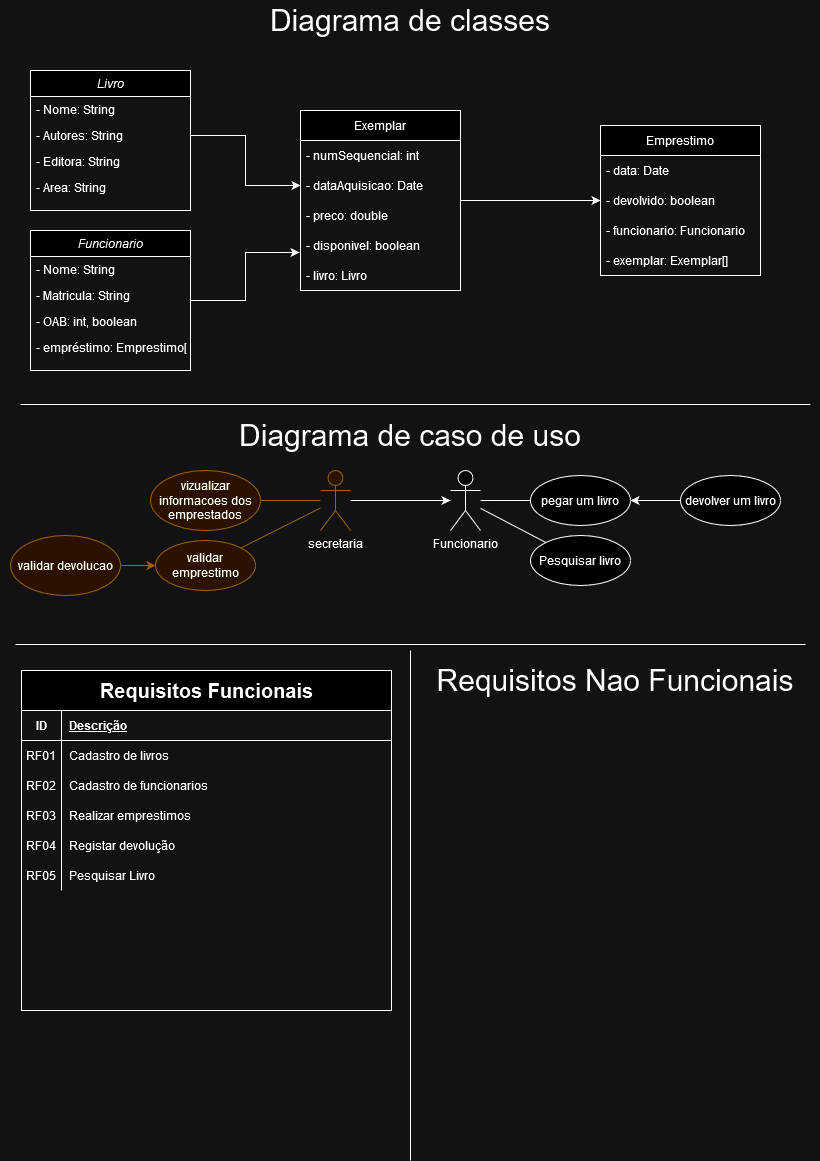
Before: ExercicioDeFixacao.drawio.png, a diagram exported from draw.io (Andra-sun/modelagem). Source tidied: cells renumbered, new cells last; positions are measured from the earlier drawing's top-left corner, leaving out a move shared by most shapes.
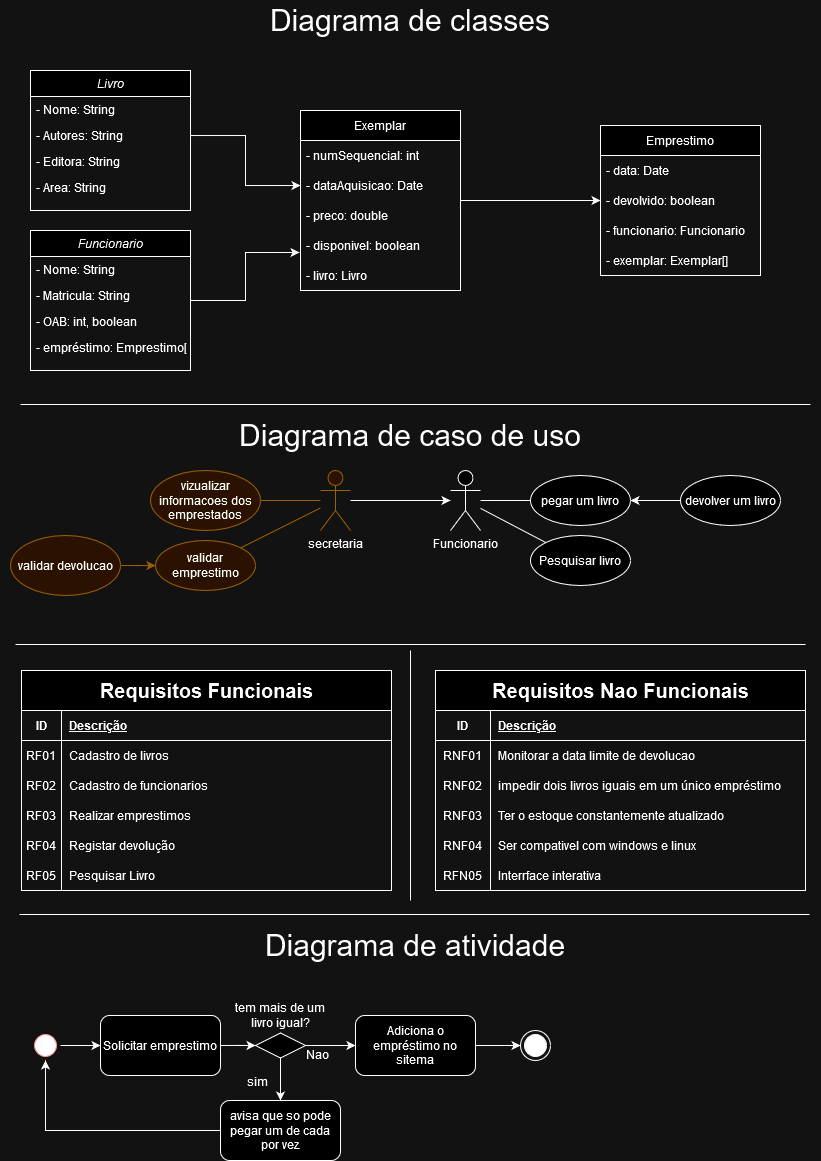
The same diagram one commit later.

Diff of the diagram source:
```diff
@@ -131,14 +131,11 @@
     <mxCell id="44" style="line;strokeWidth=1;fillColor=none;align=left;verticalAlign=middle;spacingTop=-1;spacingLeft=3;spacingRight=3;labelPosition=right;strokeColor=inherit;" parent="1" vertex="1">
       <mxGeometry x="15" y="640" width="790" height="8" as="geometry" />
     </mxCell>
-    <mxCell id="45" value="Requisitos Nao Funcionais" style="text;strokeColor=none;align=center;fillColor=none;html=1;verticalAlign=middle;whiteSpace=wrap;rounded=0;fontSize=30;strokeWidth=20;" parent="1" vertex="1">
-      <mxGeometry x="410" y="665" width="410" height="30" as="geometry" />
-    </mxCell>
     <mxCell id="46" style="line;strokeWidth=1;fillColor=none;align=left;verticalAlign=middle;spacingTop=-1;spacingLeft=3;spacingRight=3;labelPosition=right;strokeColor=inherit;direction=south;" parent="1" vertex="1">
-      <mxGeometry x="406" y="650" width="8" height="510" as="geometry" />
+      <mxGeometry x="406" y="650" width="8" height="250" as="geometry" />
     </mxCell>
     <mxCell id="47" value="&lt;font style=&quot;font-size: 20px;&quot;&gt;Requisitos Funcionais&lt;/font&gt;" style="shape=table;startSize=40;rowLines=0;fontStyle=1;align=center;html=1;" parent="1" vertex="1">
-      <mxGeometry x="21" y="670" width="370" height="340" as="geometry" />
+      <mxGeometry x="21" y="670" width="370" height="220" as="geometry" />
     </mxCell>
     <mxCell id="48" style="shape=tableRow;horizontal=0;startSize=0;swimlaneHead=0;swimlaneBody=0;fillColor=none;top=0;left=0;right=0;bottom=1;" parent="47" vertex="1">
       <mxGeometry y="40" width="370" height="30" as="geometry" />
@@ -194,5 +191,113 @@
     <mxCell id="65" value="Pesquisar Livro" style="shape=partialRectangle;fillColor=none;top=0;left=0;bottom=0;right=0;align=left;spacingLeft=6;overflow=hidden;whiteSpace=wrap;html=1;" parent="63" vertex="1">
       <mxGeometry x="40" width="330" height="30" as="geometry" />
     </mxCell>
+    <mxCell id="45" value="&lt;font style=&quot;font-size: 20px;&quot;&gt;Requisitos Nao Funcionais&lt;/font&gt;" style="shape=table;startSize=40;rowLines=0;fontStyle=1;align=center;html=1;" parent="1" vertex="1">
+      <mxGeometry x="435" y="670" width="370" height="220" as="geometry" />
+    </mxCell>
+    <mxCell id="66" style="shape=tableRow;horizontal=0;startSize=0;swimlaneHead=0;swimlaneBody=0;fillColor=none;top=0;left=0;right=0;bottom=1;" parent="45" vertex="1">
+      <mxGeometry y="40" width="370" height="30" as="geometry" />
+    </mxCell>
+    <mxCell id="67" value="ID" style="shape=partialRectangle;fillColor=none;top=0;left=0;bottom=0;right=0;fontStyle=1;overflow=hidden;whiteSpace=wrap;html=1;" parent="66" vertex="1">
+      <mxGeometry width="55" height="30" as="geometry" />
+    </mxCell>
+    <mxCell id="68" value="Descrição" style="shape=partialRectangle;fillColor=none;top=0;left=0;bottom=0;right=0;align=left;spacingLeft=6;fontStyle=5;overflow=hidden;whiteSpace=wrap;html=1;" parent="66" vertex="1">
+      <mxGeometry x="55" width="315" height="30" as="geometry" />
+    </mxCell>
+    <mxCell id="69" style="shape=tableRow;horizontal=0;startSize=0;swimlaneHead=0;swimlaneBody=0;fillColor=none;top=0;left=0;right=0;bottom=0;" parent="45" vertex="1">
+      <mxGeometry y="70" width="370" height="30" as="geometry" />
+    </mxCell>
+    <mxCell id="70" value="RNF01" style="shape=partialRectangle;fillColor=none;top=0;left=0;bottom=0;right=0;overflow=hidden;whiteSpace=wrap;html=1;" parent="69" vertex="1">
+      <mxGeometry width="55" height="30" as="geometry" />
+    </mxCell>
+    <mxCell id="71" value="Monitorar a data limite de devolucao" style="shape=partialRectangle;fillColor=none;top=0;left=0;bottom=0;right=0;align=left;spacingLeft=6;overflow=hidden;whiteSpace=wrap;html=1;" parent="69" vertex="1">
+      <mxGeometry x="55" width="315" height="30" as="geometry" />
+    </mxCell>
+    <mxCell id="72" style="shape=tableRow;horizontal=0;startSize=0;swimlaneHead=0;swimlaneBody=0;fillColor=none;top=0;left=0;right=0;bottom=0;" parent="45" vertex="1">
+      <mxGeometry y="100" width="370" height="30" as="geometry" />
+    </mxCell>
+    <mxCell id="73" value="RNF02" style="shape=partialRectangle;fillColor=none;top=0;left=0;bottom=0;right=0;overflow=hidden;whiteSpace=wrap;html=1;" parent="72" vertex="1">
+      <mxGeometry width="55" height="30" as="geometry" />
+    </mxCell>
+    <mxCell id="74" value="impedir dois livros iguais em um único empréstimo" style="shape=partialRectangle;fillColor=none;top=0;left=0;bottom=0;right=0;align=left;spacingLeft=6;overflow=hidden;whiteSpace=wrap;html=1;" parent="72" vertex="1">
+      <mxGeometry x="55" width="315" height="30" as="geometry" />
+    </mxCell>
+    <mxCell id="75" style="shape=tableRow;horizontal=0;startSize=0;swimlaneHead=0;swimlaneBody=0;fillColor=none;top=0;left=0;right=0;bottom=0;" parent="45" vertex="1">
+      <mxGeometry y="130" width="370" height="30" as="geometry" />
+    </mxCell>
+    <mxCell id="76" value="RNF03" style="shape=partialRectangle;fillColor=none;top=0;left=0;bottom=0;right=0;overflow=hidden;whiteSpace=wrap;html=1;" parent="75" vertex="1">
+      <mxGeometry width="55" height="30" as="geometry" />
+    </mxCell>
+    <mxCell id="77" value="Ter o estoque constantemente atualizado" style="shape=partialRectangle;fillColor=none;top=0;left=0;bottom=0;right=0;align=left;spacingLeft=6;overflow=hidden;whiteSpace=wrap;html=1;" parent="75" vertex="1">
+      <mxGeometry x="55" width="315" height="30" as="geometry" />
+    </mxCell>
+    <mxCell id="78" style="shape=tableRow;horizontal=0;startSize=0;swimlaneHead=0;swimlaneBody=0;fillColor=none;top=0;left=0;right=0;bottom=0;" parent="45" vertex="1">
+      <mxGeometry y="160" width="370" height="30" as="geometry" />
+    </mxCell>
+    <mxCell id="79" value="RNF04" style="shape=partialRectangle;fillColor=none;top=0;left=0;bottom=0;right=0;overflow=hidden;whiteSpace=wrap;html=1;" parent="78" vertex="1">
+      <mxGeometry width="55" height="30" as="geometry" />
+    </mxCell>
+    <mxCell id="80" value="Ser compativel com windows e linux" style="shape=partialRectangle;fillColor=none;top=0;left=0;bottom=0;right=0;align=left;spacingLeft=6;overflow=hidden;whiteSpace=wrap;html=1;" parent="78" vertex="1">
+      <mxGeometry x="55" width="315" height="30" as="geometry" />
+    </mxCell>
+    <mxCell id="81" style="shape=tableRow;horizontal=0;startSize=0;swimlaneHead=0;swimlaneBody=0;fillColor=none;top=0;left=0;right=0;bottom=0;" parent="45" vertex="1">
+      <mxGeometry y="190" width="370" height="30" as="geometry" />
+    </mxCell>
+    <mxCell id="82" value="RFN05" style="shape=partialRectangle;fillColor=none;top=0;left=0;bottom=0;right=0;overflow=hidden;whiteSpace=wrap;html=1;" parent="81" vertex="1">
+      <mxGeometry width="55" height="30" as="geometry" />
+    </mxCell>
+    <mxCell id="83" value="Interrface interativa" style="shape=partialRectangle;fillColor=none;top=0;left=0;bottom=0;right=0;align=left;spacingLeft=6;overflow=hidden;whiteSpace=wrap;html=1;" parent="81" vertex="1">
+      <mxGeometry x="55" width="315" height="30" as="geometry" />
+    </mxCell>
+    <mxCell id="84" style="line;strokeWidth=1;fillColor=none;align=left;verticalAlign=middle;spacingTop=-1;spacingLeft=3;spacingRight=3;labelPosition=right;strokeColor=inherit;" parent="1" vertex="1">
+      <mxGeometry x="19" y="910" width="790" height="8" as="geometry" />
+    </mxCell>
+    <mxCell id="85" value="&lt;font style=&quot;font-size: 30px;&quot;&gt;Diagrama de atividade&lt;br&gt;&lt;/font&gt;" style="text;strokeColor=none;align=center;fillColor=none;html=1;verticalAlign=middle;whiteSpace=wrap;rounded=0;" parent="1" vertex="1">
+      <mxGeometry x="20" y="930" width="790" height="30" as="geometry" />
+    </mxCell>
+    <mxCell id="86" style="edgeStyle=orthogonalEdgeStyle;rounded=0;jettySize=auto;html=1;" parent="1" edge="1" source="87" target="89">
+      <mxGeometry relative="1" as="geometry" />
+    </mxCell>
+    <mxCell id="87" style="ellipse;html=1;shape=startState;fillColor=#000000;strokeColor=#ff0000;direction=west;" parent="1" vertex="1">
+      <mxGeometry x="30" y="1030" width="30" height="30" as="geometry" />
+    </mxCell>
+    <mxCell id="88" style="edgeStyle=orthogonalEdgeStyle;rounded=0;jettySize=auto;html=1;" parent="1" edge="1" source="89" target="92">
+      <mxGeometry relative="1" as="geometry" />
+    </mxCell>
+    <mxCell id="89" value="Solicitar emprestimo" style="rounded=1;whiteSpace=wrap;html=1;" parent="1" vertex="1">
+      <mxGeometry x="100" y="1015" width="120" height="60" as="geometry" />
+    </mxCell>
+    <mxCell id="90" style="edgeStyle=orthogonalEdgeStyle;rounded=0;jettySize=auto;html=1;" parent="1" edge="1" source="92" target="95">
+      <mxGeometry relative="1" as="geometry" />
+    </mxCell>
+    <mxCell id="91" style="edgeStyle=orthogonalEdgeStyle;rounded=0;jettySize=auto;html=1;" parent="1" edge="1" source="92" target="98">
+      <mxGeometry relative="1" as="geometry" />
+    </mxCell>
+    <mxCell id="92" style="rhombus;whiteSpace=wrap;html=1;" parent="1" vertex="1">
+      <mxGeometry x="255" y="1032.5" width="50" height="25" as="geometry" />
+    </mxCell>
+    <mxCell id="93" value="tem mais de um livro igual?" style="text;strokeColor=none;align=center;fillColor=none;html=1;verticalAlign=middle;whiteSpace=wrap;rounded=0;" parent="1" vertex="1">
+      <mxGeometry x="230" y="1000" width="100" height="30" as="geometry" />
+    </mxCell>
+    <mxCell id="94" style="edgeStyle=orthogonalEdgeStyle;rounded=0;jettySize=auto;html=1;entryX=0.5;entryY=0;entryDx=0;entryDy=0;" parent="1" edge="1" source="95" target="87">
+      <mxGeometry relative="1" as="geometry" />
+    </mxCell>
+    <mxCell id="95" value="avisa que so pode pegar um de cada por vez" style="rounded=1;whiteSpace=wrap;html=1;" parent="1" vertex="1">
+      <mxGeometry x="220" y="1100" width="120" height="60" as="geometry" />
+    </mxCell>
+    <mxCell id="96" value="sim" style="text;strokeColor=none;align=center;fillColor=none;html=1;verticalAlign=middle;whiteSpace=wrap;rounded=0;" parent="1" vertex="1">
+      <mxGeometry x="230" y="1075" width="55" height="12.5" as="geometry" />
+    </mxCell>
+    <mxCell id="97" style="edgeStyle=orthogonalEdgeStyle;rounded=0;jettySize=auto;html=1;" parent="1" edge="1" source="98" target="100">
+      <mxGeometry relative="1" as="geometry" />
+    </mxCell>
+    <mxCell id="98" value="Adiciona o empréstimo no sitema " style="rounded=1;whiteSpace=wrap;html=1;" parent="1" vertex="1">
+      <mxGeometry x="355" y="1015" width="120" height="60" as="geometry" />
+    </mxCell>
+    <mxCell id="99" value="Nao" style="text;strokeColor=none;align=center;fillColor=none;html=1;verticalAlign=middle;whiteSpace=wrap;rounded=0;" parent="1" vertex="1">
+      <mxGeometry x="290" y="1047.5" width="55" height="12.5" as="geometry" />
+    </mxCell>
+    <mxCell id="100" style="ellipse;html=1;shape=endState;fillColor=strokeColor;" parent="1" vertex="1">
+      <mxGeometry x="520" y="1030" width="30" height="30" as="geometry" />
+    </mxCell>
   </root>
 </mxGraphModel>
```
